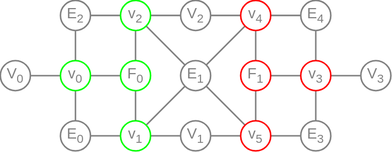
Earlier version of the draw.io export wiki/MeshGraphSharedGraph.svg (YoanWithY/kayo). Source tidied: cells renumbered, new cells last; positions are measured from the earlier drawing's top-left corner, leaving out a move shared by most shapes.
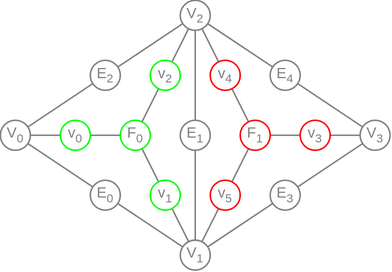
The same file after the commit.

What changed in the source:
```diff
@@ -14,13 +14,10 @@
     <mxCell id="5" value="F&lt;sub style=&quot;&quot;&gt;&lt;font style=&quot;font-size: 8px;&quot;&gt;0&lt;/font&gt;&lt;/sub&gt;" style="ellipse;whiteSpace=wrap;html=1;fontSize=10;fillColor=none;strokeColor=#00FF00;fontColor=#808080;" parent="1" vertex="1">
       <mxGeometry x="80" y="40" width="20" height="20" as="geometry" />
     </mxCell>
-    <mxCell id="6" style="edgeStyle=none;shape=connector;rounded=0;html=1;labelBackgroundColor=default;strokeColor=#808080;fontFamily=Helvetica;fontSize=8;fontColor=#808080;endArrow=none;endFill=0;" parent="1" edge="1" source="35" target="37">
-      <mxGeometry relative="1" as="geometry" />
-    </mxCell>
-    <mxCell id="7" style="edgeStyle=none;shape=connector;rounded=0;html=1;labelBackgroundColor=default;strokeColor=#808080;fontFamily=Helvetica;fontSize=8;fontColor=#808080;endArrow=none;endFill=0;" parent="1" edge="1" source="34" target="42">
+    <mxCell id="7" style="edgeStyle=none;shape=connector;rounded=0;html=1;labelBackgroundColor=default;strokeColor=#808080;fontFamily=Helvetica;fontSize=8;fontColor=#808080;endArrow=none;endFill=0;" parent="1" edge="1" source="34" target="33">
       <mxGeometry relative="1" as="geometry" />
     </mxCell>
-    <mxCell id="8" style="edgeStyle=none;shape=connector;rounded=0;html=1;labelBackgroundColor=default;strokeColor=#808080;fontFamily=Helvetica;fontSize=8;fontColor=#808080;endArrow=none;endFill=0;" parent="1" edge="1" source="34" target="36">
+    <mxCell id="8" style="edgeStyle=none;shape=connector;rounded=0;html=1;labelBackgroundColor=default;strokeColor=#808080;fontFamily=Helvetica;fontSize=8;fontColor=#808080;endArrow=none;endFill=0;" parent="1" edge="1" source="34" target="14">
       <mxGeometry relative="1" as="geometry" />
     </mxCell>
     <mxCell id="9" style="edgeStyle=none;shape=connector;rounded=0;html=1;labelBackgroundColor=default;strokeColor=#808080;fontFamily=Helvetica;fontSize=8;fontColor=#808080;endArrow=none;endFill=0;" parent="1" edge="1" source="11" target="40">
@@ -30,7 +27,7 @@
       <mxGeometry relative="1" as="geometry" />
     </mxCell>
     <mxCell id="11" value="V&lt;sub style=&quot;&quot;&gt;&lt;font style=&quot;font-size: 8px;&quot;&gt;1&lt;/font&gt;&lt;/sub&gt;" style="ellipse;whiteSpace=wrap;html=1;fontSize=10;fillColor=none;strokeColor=#808080;fontColor=#808080;" parent="1" vertex="1">
-      <mxGeometry x="120" y="80" width="20" height="20" as="geometry" />
+      <mxGeometry x="120" y="120" width="20" height="20" as="geometry" />
     </mxCell>
     <mxCell id="12" style="edgeStyle=none;shape=connector;rounded=0;html=1;labelBackgroundColor=default;strokeColor=#808080;fontFamily=Helvetica;fontSize=8;fontColor=#808080;endArrow=none;endFill=0;" parent="1" edge="1" source="14" target="36">
       <mxGeometry relative="1" as="geometry" />
@@ -39,7 +36,7 @@
       <mxGeometry relative="1" as="geometry" />
     </mxCell>
     <mxCell id="14" value="V&lt;sub style=&quot;&quot;&gt;&lt;font style=&quot;font-size: 8px;&quot;&gt;2&lt;/font&gt;&lt;/sub&gt;" style="ellipse;whiteSpace=wrap;html=1;fontSize=10;fillColor=none;strokeColor=#808080;fontColor=#808080;" parent="1" vertex="1">
-      <mxGeometry x="120" width="20" height="20" as="geometry" />
+      <mxGeometry x="120" y="-40" width="20" height="20" as="geometry" />
     </mxCell>
     <mxCell id="15" style="edgeStyle=none;shape=connector;rounded=1;html=1;labelBackgroundColor=default;strokeColor=#808080;fontFamily=Helvetica;fontSize=11;fontColor=default;startArrow=none;startFill=0;endArrow=none;endFill=0;" parent="1" edge="1" source="18" target="37">
       <mxGeometry relative="1" as="geometry" />
@@ -56,33 +53,30 @@
     <mxCell id="19" value="V&lt;sub style=&quot;&quot;&gt;&lt;font style=&quot;font-size: 8px;&quot;&gt;3&lt;/font&gt;&lt;/sub&gt;" style="ellipse;whiteSpace=wrap;html=1;fontSize=10;fillColor=none;strokeColor=#808080;fontColor=#808080;" parent="1" vertex="1">
       <mxGeometry x="240" y="40" width="20" height="20" as="geometry" />
     </mxCell>
-    <mxCell id="20" style="edgeStyle=none;shape=connector;rounded=0;html=1;labelBackgroundColor=default;strokeColor=#808080;fontFamily=Helvetica;fontSize=8;fontColor=#808080;endArrow=none;endFill=0;" parent="1" edge="1" source="41" target="42">
+    <mxCell id="20" style="edgeStyle=none;shape=connector;rounded=0;html=1;labelBackgroundColor=default;strokeColor=#808080;fontFamily=Helvetica;fontSize=8;fontColor=#808080;endArrow=none;endFill=0;" parent="1" edge="1" source="41" target="33">
       <mxGeometry relative="1" as="geometry" />
     </mxCell>
-    <mxCell id="21" style="edgeStyle=none;shape=connector;rounded=0;html=1;labelBackgroundColor=default;strokeColor=#808080;fontFamily=Helvetica;fontSize=8;fontColor=#808080;endArrow=none;endFill=0;" parent="1" edge="1" source="41" target="40">
+    <mxCell id="21" style="edgeStyle=none;shape=connector;rounded=0;html=1;labelBackgroundColor=default;strokeColor=#808080;fontFamily=Helvetica;fontSize=8;fontColor=#808080;endArrow=none;endFill=0;" parent="1" edge="1" source="41" target="11">
       <mxGeometry relative="1" as="geometry" />
     </mxCell>
-    <mxCell id="22" style="edgeStyle=none;shape=connector;rounded=0;html=1;labelBackgroundColor=default;strokeColor=#808080;fontFamily=Helvetica;fontSize=8;fontColor=#808080;endArrow=none;endFill=0;" parent="1" edge="1" source="35" target="40">
+    <mxCell id="22" style="edgeStyle=none;shape=connector;rounded=0;html=1;labelBackgroundColor=default;strokeColor=#808080;fontFamily=Helvetica;fontSize=8;fontColor=#808080;endArrow=none;endFill=0;" parent="1" edge="1" source="35" target="11">
       <mxGeometry relative="1" as="geometry" />
     </mxCell>
-    <mxCell id="23" style="edgeStyle=none;shape=connector;rounded=1;html=1;labelBackgroundColor=default;strokeColor=#808080;fontFamily=Helvetica;fontSize=11;fontColor=default;startArrow=none;startFill=0;endArrow=none;endFill=0;" parent="1" edge="1" source="36" target="35">
+    <mxCell id="23" style="edgeStyle=none;shape=connector;rounded=1;html=1;labelBackgroundColor=default;strokeColor=#808080;fontFamily=Helvetica;fontSize=11;fontColor=default;startArrow=none;startFill=0;endArrow=none;endFill=0;" parent="1" edge="1" source="14" target="35">
       <mxGeometry relative="1" as="geometry" />
     </mxCell>
-    <mxCell id="24" style="edgeStyle=none;shape=connector;rounded=0;html=1;labelBackgroundColor=default;strokeColor=#808080;fontFamily=Helvetica;fontSize=8;fontColor=#808080;endArrow=none;endFill=0;" parent="1" edge="1" source="39" target="31">
+    <mxCell id="24" style="edgeStyle=none;shape=connector;rounded=0;html=1;labelBackgroundColor=default;strokeColor=#808080;fontFamily=Helvetica;fontSize=8;fontColor=#808080;endArrow=none;endFill=0;" parent="1" edge="1" source="39" target="19">
       <mxGeometry relative="1" as="geometry" />
     </mxCell>
-    <mxCell id="25" style="edgeStyle=none;shape=connector;rounded=0;html=1;labelBackgroundColor=default;strokeColor=#808080;fontFamily=Helvetica;fontSize=8;fontColor=#808080;endArrow=none;endFill=0;" parent="1" edge="1" source="39" target="32">
+    <mxCell id="25" style="edgeStyle=none;shape=connector;rounded=0;html=1;labelBackgroundColor=default;strokeColor=#808080;fontFamily=Helvetica;fontSize=8;fontColor=#808080;endArrow=none;endFill=0;" parent="1" edge="1" source="39" target="11">
       <mxGeometry relative="1" as="geometry" />
     </mxCell>
-    <mxCell id="26" style="edgeStyle=none;shape=connector;rounded=0;html=1;labelBackgroundColor=default;strokeColor=#808080;fontFamily=Helvetica;fontSize=8;fontColor=#808080;endArrow=none;endFill=0;" parent="1" edge="1" source="38" target="31">
+    <mxCell id="26" style="edgeStyle=none;shape=connector;rounded=0;html=1;labelBackgroundColor=default;strokeColor=#808080;fontFamily=Helvetica;fontSize=8;fontColor=#808080;endArrow=none;endFill=0;" parent="1" edge="1" source="38" target="19">
       <mxGeometry relative="1" as="geometry" />
     </mxCell>
-    <mxCell id="27" style="edgeStyle=none;shape=connector;rounded=0;html=1;labelBackgroundColor=default;strokeColor=#808080;fontFamily=Helvetica;fontSize=8;fontColor=#808080;endArrow=none;endFill=0;" parent="1" edge="1" source="38" target="37">
+    <mxCell id="27" style="edgeStyle=none;shape=connector;rounded=0;html=1;labelBackgroundColor=default;strokeColor=#808080;fontFamily=Helvetica;fontSize=8;fontColor=#808080;endArrow=none;endFill=0;" parent="1" edge="1" source="38" target="14">
       <mxGeometry relative="1" as="geometry" />
     </mxCell>
-    <mxCell id="28" style="edgeStyle=none;shape=connector;rounded=0;html=1;labelBackgroundColor=default;strokeColor=#808080;fontFamily=Helvetica;fontSize=8;fontColor=#808080;endArrow=none;endFill=0;" parent="1" edge="1" source="35" target="32">
-      <mxGeometry relative="1" as="geometry" />
-    </mxCell>
     <mxCell id="29" style="edgeStyle=none;shape=connector;rounded=0;html=1;labelBackgroundColor=default;strokeColor=#808080;fontFamily=Helvetica;fontSize=8;fontColor=#808080;endArrow=none;endFill=0;" parent="1" edge="1" source="42" target="33">
       <mxGeometry relative="1" as="geometry" />
     </mxCell>
@@ -93,34 +87,34 @@
       <mxGeometry x="200" y="40" width="20" height="20" as="geometry" />
     </mxCell>
     <mxCell id="32" value="v&lt;sub style=&quot;&quot;&gt;&lt;font style=&quot;font-size: 8px;&quot;&gt;5&lt;/font&gt;&lt;/sub&gt;" style="ellipse;whiteSpace=wrap;html=1;fontSize=10;fillColor=none;strokeColor=#FF0000;fontColor=#808080;" parent="1" vertex="1">
-      <mxGeometry x="160" y="80" width="20" height="20" as="geometry" />
+      <mxGeometry x="140" y="80" width="20" height="20" as="geometry" />
     </mxCell>
     <mxCell id="33" value="V&lt;sub style=&quot;&quot;&gt;&lt;font style=&quot;font-size: 8px;&quot;&gt;0&lt;/font&gt;&lt;/sub&gt;" style="ellipse;whiteSpace=wrap;html=1;fontSize=10;fillColor=none;strokeColor=#808080;fontColor=#808080;" parent="1" vertex="1">
       <mxGeometry y="40" width="20" height="20" as="geometry" />
     </mxCell>
     <mxCell id="34" value="E&lt;sub style=&quot;&quot;&gt;&lt;font style=&quot;font-size: 8px;&quot;&gt;2&lt;/font&gt;&lt;/sub&gt;" style="ellipse;whiteSpace=wrap;html=1;fontSize=10;fillColor=none;strokeColor=#808080;fontColor=#808080;" parent="1" vertex="1">
-      <mxGeometry x="40" width="20" height="20" as="geometry" />
+      <mxGeometry x="60" width="20" height="20" as="geometry" />
     </mxCell>
     <mxCell id="35" value="E&lt;sub style=&quot;&quot;&gt;&lt;font style=&quot;font-size: 8px;&quot;&gt;1&lt;/font&gt;&lt;/sub&gt;" style="ellipse;whiteSpace=wrap;html=1;fontSize=10;fillColor=none;strokeColor=#808080;fontColor=#808080;" parent="1" vertex="1">
       <mxGeometry x="120" y="40" width="20" height="20" as="geometry" />
     </mxCell>
     <mxCell id="36" value="v&lt;sub style=&quot;&quot;&gt;&lt;font style=&quot;font-size: 8px;&quot;&gt;2&lt;/font&gt;&lt;/sub&gt;" style="ellipse;whiteSpace=wrap;html=1;fontSize=10;fillColor=none;strokeColor=#00FF00;fontColor=#808080;" parent="1" vertex="1">
-      <mxGeometry x="80" width="20" height="20" as="geometry" />
+      <mxGeometry x="100" width="20" height="20" as="geometry" />
     </mxCell>
     <mxCell id="37" value="v&lt;sub style=&quot;&quot;&gt;&lt;font style=&quot;font-size: 8px;&quot;&gt;4&lt;/font&gt;&lt;/sub&gt;" style="ellipse;whiteSpace=wrap;html=1;fontSize=10;fillColor=none;strokeColor=#FF0000;fontColor=#808080;" parent="1" vertex="1">
-      <mxGeometry x="160" width="20" height="20" as="geometry" />
+      <mxGeometry x="140" width="20" height="20" as="geometry" />
     </mxCell>
     <mxCell id="38" value="E&lt;sub style=&quot;&quot;&gt;&lt;font style=&quot;font-size: 8px;&quot;&gt;4&lt;/font&gt;&lt;/sub&gt;" style="ellipse;whiteSpace=wrap;html=1;fontSize=10;fillColor=none;strokeColor=#808080;fontColor=#808080;" parent="1" vertex="1">
-      <mxGeometry x="200" width="20" height="20" as="geometry" />
+      <mxGeometry x="180" width="20" height="20" as="geometry" />
     </mxCell>
     <mxCell id="39" value="E&lt;sub style=&quot;&quot;&gt;&lt;font style=&quot;font-size: 8px;&quot;&gt;3&lt;/font&gt;&lt;/sub&gt;" style="ellipse;whiteSpace=wrap;html=1;fontSize=10;fillColor=none;strokeColor=#808080;fontColor=#808080;" parent="1" vertex="1">
-      <mxGeometry x="200" y="80" width="20" height="20" as="geometry" />
+      <mxGeometry x="180" y="80" width="20" height="20" as="geometry" />
     </mxCell>
     <mxCell id="40" value="v&lt;sub style=&quot;&quot;&gt;&lt;font style=&quot;font-size: 8px;&quot;&gt;1&lt;/font&gt;&lt;/sub&gt;" style="ellipse;whiteSpace=wrap;html=1;fontSize=10;fillColor=none;strokeColor=#00FF00;fontColor=#808080;direction=south;" parent="1" vertex="1">
-      <mxGeometry x="80" y="80" width="20" height="20" as="geometry" />
+      <mxGeometry x="100" y="80" width="20" height="20" as="geometry" />
     </mxCell>
     <mxCell id="41" value="E&lt;sub style=&quot;&quot;&gt;&lt;font style=&quot;font-size: 8px;&quot;&gt;0&lt;/font&gt;&lt;/sub&gt;" style="ellipse;whiteSpace=wrap;html=1;fontSize=10;fillColor=none;strokeColor=#808080;fontColor=#808080;" parent="1" vertex="1">
-      <mxGeometry x="40" y="80" width="20" height="20" as="geometry" />
+      <mxGeometry x="60" y="80" width="20" height="20" as="geometry" />
     </mxCell>
     <mxCell id="42" value="v&lt;sub style=&quot;&quot;&gt;&lt;font style=&quot;font-size: 8px;&quot;&gt;0&lt;/font&gt;&lt;/sub&gt;" style="ellipse;whiteSpace=wrap;html=1;fontSize=10;fillColor=none;strokeColor=#00FF00;fontColor=#808080;" parent="1" vertex="1">
       <mxGeometry x="40" y="40" width="20" height="20" as="geometry" />
```
